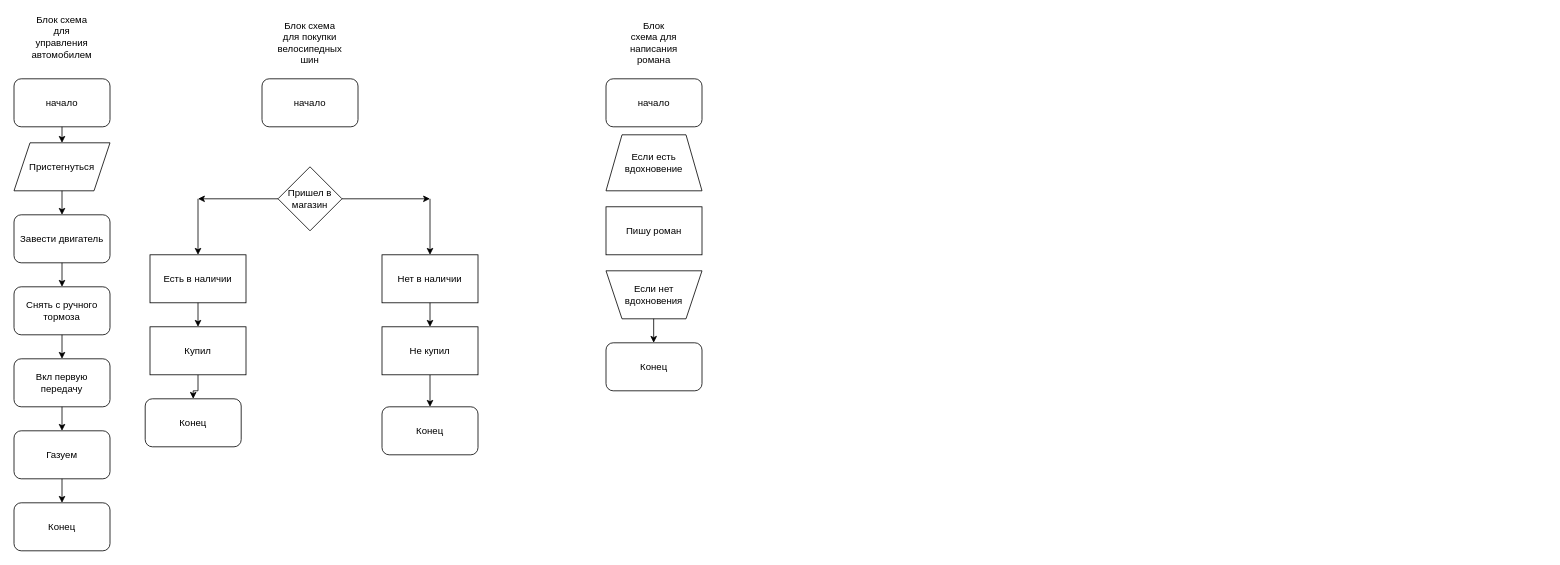
The draw.io diagram Диаграмма 1.drawio in vlavrentev96/python51, before the edit. Source tidied: cells renumbered, new cells numbered last; positions are measured from the earlier drawing's top-left corner, leaving out a move shared by most shapes. Both pictures are drawn from the tidied source at 80%, with x=0, y=0 at pixel (14, 30).
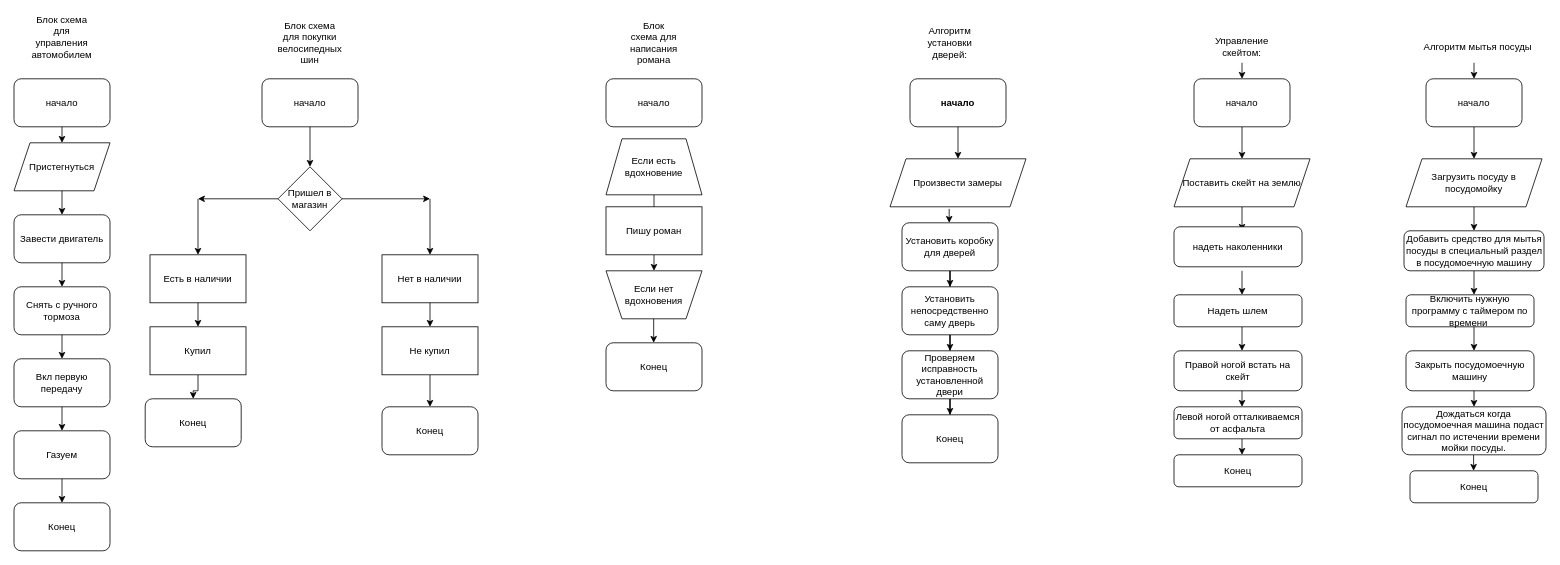
Above is the later version.

The change refers to these unchanged cells:
```xml
<mxCell id="16" value="Пришел в магазин" style="rhombus;whiteSpace=wrap;html=1;" parent="1" vertex="1">
  <mxGeometry x="330" y="170" width="80" height="80" as="geometry" />
</mxCell>
<mxCell id="18" value="начало" style="rounded=1;whiteSpace=wrap;html=1;" parent="1" vertex="1">
  <mxGeometry x="310" y="60" width="120" height="60" as="geometry" />
</mxCell>
<mxCell id="33" value="Если нет вдохновения" style="shape=trapezoid;perimeter=trapezoidPerimeter;whiteSpace=wrap;html=1;fixedSize=1;direction=west;" parent="1" vertex="1">
  <mxGeometry x="740" y="300" width="120" height="60" as="geometry" />
</mxCell>
```

The edit, as a diff of the source:
```diff
@@
+    <mxCell id="40" style="edgeStyle=orthogonalEdgeStyle;rounded=0;jettySize=auto;html=1;" parent="1" edge="1" source="31" target="33">
+      <mxGeometry relative="1" as="geometry" />
+    </mxCell>
     <mxCell id="31" value="Если есть вдохновение" style="shape=trapezoid;perimeter=trapezoidPerimeter;whiteSpace=wrap;html=1;fixedSize=1;" parent="1" vertex="1">
-      <mxGeometry x="740" y="130" width="120" height="70" as="geometry" />
+      <mxGeometry x="740" y="135" width="120" height="70" as="geometry" />
     </mxCell>
@@
+    <mxCell id="41" value="Алгоритм установки дверей:" style="text;html=1;align=center;verticalAlign=middle;whiteSpace=wrap;rounded=0;" parent="1" vertex="1">
+      <mxGeometry x="1140" width="60" height="30" as="geometry" />
+    </mxCell>
+    <mxCell id="42" value="начало" style="rounded=1;whiteSpace=wrap;html=1;fontStyle=1;" parent="1" vertex="1">
+      <mxGeometry x="1120" y="60" width="120" height="60" as="geometry" />
+    </mxCell>
+    <mxCell id="43" style="endArrow=classic;html=1;rounded=0;exitX=0.5;exitY=1;exitDx=0;exitDy=0;entryX=0.5;entryY=0;entryDx=0;entryDy=0;" parent="1" edge="1" source="18" target="16">
+      <mxGeometry relative="1" as="geometry" />
+    </mxCell>
+    <mxCell id="44" style="endArrow=classic;html=1;rounded=0;exitX=0.5;exitY=1;exitDx=0;exitDy=0;" parent="1" edge="1" source="42">
+      <mxGeometry relative="1" as="geometry">
+        <mxPoint x="1180" y="160" as="targetPoint" />
+      </mxGeometry>
+    </mxCell>
+    <mxCell id="45" value="Произвести замеры" style="shape=parallelogram;perimeter=parallelogramPerimeter;whiteSpace=wrap;html=1;fixedSize=1;" parent="1" vertex="1">
+      <mxGeometry x="1095" y="160" width="170" height="60" as="geometry" />
+    </mxCell>
+    <mxCell id="46" style="endArrow=classic;html=1;rounded=0;exitX=0.435;exitY=1.044;exitDx=0;exitDy=0;exitPerimeter=0;" parent="1" edge="1" source="45">
+      <mxGeometry relative="1" as="geometry">
+        <mxPoint x="1169" y="240" as="targetPoint" />
+      </mxGeometry>
+    </mxCell>
+    <mxCell id="47" style="edgeStyle=orthogonalEdgeStyle;rounded=0;jettySize=auto;html=1;" parent="1" edge="1" source="48" target="50">
+      <mxGeometry relative="1" as="geometry" />
+    </mxCell>
+    <mxCell id="48" value="Установить коробку для дверей" style="rounded=1;whiteSpace=wrap;html=1;" parent="1" vertex="1">
+      <mxGeometry x="1110" y="240" width="120" height="60" as="geometry" />
+    </mxCell>
+    <mxCell id="49" style="edgeStyle=orthogonalEdgeStyle;rounded=0;jettySize=auto;html=1;" parent="1" edge="1" source="50" target="52">
+      <mxGeometry relative="1" as="geometry" />
+    </mxCell>
+    <mxCell id="50" value="Установить непосредственно саму дверь" style="whiteSpace=wrap;html=1;rounded=1;" parent="1" vertex="1">
+      <mxGeometry x="1110" y="320" width="120" height="60" as="geometry" />
+    </mxCell>
+    <mxCell id="51" style="edgeStyle=orthogonalEdgeStyle;rounded=0;jettySize=auto;html=1;" parent="1" edge="1" source="52" target="53">
+      <mxGeometry relative="1" as="geometry" />
+    </mxCell>
+    <mxCell id="52" value="Проверяем исправность установленной двери" style="whiteSpace=wrap;html=1;rounded=1;" parent="1" vertex="1">
+      <mxGeometry x="1110" y="400" width="120" height="60" as="geometry" />
+    </mxCell>
+    <mxCell id="53" value="Конец" style="whiteSpace=wrap;html=1;rounded=1;" parent="1" vertex="1">
+      <mxGeometry x="1110" y="480" width="120" height="60" as="geometry" />
+    </mxCell>
+    <mxCell id="54" style="edgeStyle=orthogonalEdgeStyle;rounded=0;jettySize=auto;html=1;" parent="1" edge="1" source="55">
+      <mxGeometry relative="1" as="geometry">
+        <mxPoint x="1535" y="60" as="targetPoint" />
+      </mxGeometry>
+    </mxCell>
+    <mxCell id="55" value="Управление скейтом:" style="text;html=1;align=center;verticalAlign=middle;whiteSpace=wrap;rounded=0;" parent="1" vertex="1">
+      <mxGeometry x="1490" width="90" height="40" as="geometry" />
+    </mxCell>
+    <mxCell id="56" style="endArrow=classic;html=1;rounded=0;exitX=0.5;exitY=1;exitDx=0;exitDy=0;" parent="1" edge="1">
+      <mxGeometry relative="1" as="geometry">
+        <mxPoint x="1535" y="120" as="sourcePoint" />
+        <mxPoint x="1535" y="160" as="targetPoint" />
+      </mxGeometry>
+    </mxCell>
+    <mxCell id="57" style="edgeStyle=orthogonalEdgeStyle;rounded=0;jettySize=auto;html=1;" parent="1" edge="1" source="58">
+      <mxGeometry relative="1" as="geometry">
+        <mxPoint x="1535" y="250" as="targetPoint" />
+      </mxGeometry>
+    </mxCell>
+    <mxCell id="58" value="Поставить скейт на землю" style="shape=parallelogram;perimeter=parallelogramPerimeter;whiteSpace=wrap;html=1;fixedSize=1;" parent="1" vertex="1">
+      <mxGeometry x="1450" y="160" width="170" height="60" as="geometry" />
+    </mxCell>
+    <mxCell id="59" style="edgeStyle=orthogonalEdgeStyle;rounded=0;orthogonalLoop=1;jettySize=auto;html=1;" parent="1" edge="1">
+      <mxGeometry relative="1" as="geometry">
+        <mxPoint x="1535" y="300" as="sourcePoint" />
+        <mxPoint x="1535" y="330" as="targetPoint" />
+      </mxGeometry>
+    </mxCell>
+    <mxCell id="60" style="edgeStyle=orthogonalEdgeStyle;rounded=0;orthogonalLoop=1;jettySize=auto;html=1;" parent="1" edge="1">
+      <mxGeometry relative="1" as="geometry">
+        <mxPoint x="1535" y="370" as="sourcePoint" />
+        <mxPoint x="1535" y="400" as="targetPoint" />
+      </mxGeometry>
+    </mxCell>
+    <mxCell id="61" style="edgeStyle=orthogonalEdgeStyle;rounded=0;orthogonalLoop=1;jettySize=auto;html=1;" parent="1" edge="1">
+      <mxGeometry relative="1" as="geometry">
+        <mxPoint x="1535" y="440" as="sourcePoint" />
+        <mxPoint x="1535" y="470" as="targetPoint" />
+      </mxGeometry>
+    </mxCell>
+    <mxCell id="62" style="edgeStyle=orthogonalEdgeStyle;rounded=0;orthogonalLoop=1;jettySize=auto;html=1;" parent="1" edge="1">
+      <mxGeometry relative="1" as="geometry">
+        <mxPoint x="1535" y="510" as="sourcePoint" />
+        <mxPoint x="1535" y="530" as="targetPoint" />
+      </mxGeometry>
+    </mxCell>
+    <mxCell id="63" value="начало" style="rounded=1;whiteSpace=wrap;html=1;" parent="1" vertex="1">
+      <mxGeometry x="1475" y="60" width="120" height="60" as="geometry" />
+    </mxCell>
+    <mxCell id="64" value="надеть наколенники" style="rounded=1;whiteSpace=wrap;html=1;" parent="1" vertex="1">
+      <mxGeometry x="1450" y="245" width="160" height="50" as="geometry" />
+    </mxCell>
+    <mxCell id="65" value="Надеть шлем" style="rounded=1;whiteSpace=wrap;html=1;" parent="1" vertex="1">
+      <mxGeometry x="1450" y="330" width="160" height="40" as="geometry" />
+    </mxCell>
+    <mxCell id="66" value="Правой ногой встать на скейт" style="rounded=1;whiteSpace=wrap;html=1;" parent="1" vertex="1">
+      <mxGeometry x="1450" y="400" width="160" height="50" as="geometry" />
+    </mxCell>
+    <mxCell id="67" value="Левой ногой отталкиваемся от асфальта" style="rounded=1;whiteSpace=wrap;html=1;" parent="1" vertex="1">
+      <mxGeometry x="1450" y="470" width="160" height="40" as="geometry" />
+    </mxCell>
+    <mxCell id="68" value="Конец" style="rounded=1;whiteSpace=wrap;html=1;" parent="1" vertex="1">
+      <mxGeometry x="1450" y="530" width="160" height="40" as="geometry" />
+    </mxCell>
+    <mxCell id="69" style="edgeStyle=orthogonalEdgeStyle;rounded=0;orthogonalLoop=1;jettySize=auto;html=1;" parent="1" edge="1">
+      <mxGeometry relative="1" as="geometry">
+        <mxPoint x="1825" y="40" as="sourcePoint" />
+        <mxPoint x="1825" y="60" as="targetPoint" />
+      </mxGeometry>
+    </mxCell>
+    <mxCell id="70" style="endArrow=classic;html=1;rounded=0;exitX=0.5;exitY=1;exitDx=0;exitDy=0;" parent="1" edge="1">
+      <mxGeometry relative="1" as="geometry">
+        <mxPoint x="1825" y="120" as="sourcePoint" />
+        <mxPoint x="1825" y="160" as="targetPoint" />
+      </mxGeometry>
+    </mxCell>
+    <mxCell id="71" style="edgeStyle=orthogonalEdgeStyle;rounded=0;jettySize=auto;html=1;" parent="1" edge="1" source="72">
+      <mxGeometry relative="1" as="geometry">
+        <mxPoint x="1825" y="250" as="targetPoint" />
+      </mxGeometry>
+    </mxCell>
+    <mxCell id="72" value="Загрузить посуду в посудомойку" style="shape=parallelogram;perimeter=parallelogramPerimeter;whiteSpace=wrap;html=1;fixedSize=1;" parent="1" vertex="1">
+      <mxGeometry x="1740" y="160" width="170" height="60" as="geometry" />
+    </mxCell>
+    <mxCell id="73" style="edgeStyle=orthogonalEdgeStyle;rounded=0;orthogonalLoop=1;jettySize=auto;html=1;" parent="1" edge="1">
+      <mxGeometry relative="1" as="geometry">
+        <mxPoint x="1825" y="300" as="sourcePoint" />
+        <mxPoint x="1825" y="330" as="targetPoint" />
+      </mxGeometry>
+    </mxCell>
+    <mxCell id="74" style="edgeStyle=orthogonalEdgeStyle;rounded=0;orthogonalLoop=1;jettySize=auto;html=1;" parent="1" edge="1">
+      <mxGeometry relative="1" as="geometry">
+        <mxPoint x="1825" y="370" as="sourcePoint" />
+        <mxPoint x="1825" y="400" as="targetPoint" />
+      </mxGeometry>
+    </mxCell>
+    <mxCell id="75" style="edgeStyle=orthogonalEdgeStyle;rounded=0;orthogonalLoop=1;jettySize=auto;html=1;" parent="1" edge="1">
+      <mxGeometry relative="1" as="geometry">
+        <mxPoint x="1825" y="440" as="sourcePoint" />
+        <mxPoint x="1825" y="470" as="targetPoint" />
+      </mxGeometry>
+    </mxCell>
+    <mxCell id="76" style="edgeStyle=orthogonalEdgeStyle;rounded=0;orthogonalLoop=1;jettySize=auto;html=1;" parent="1" edge="1">
+      <mxGeometry relative="1" as="geometry">
+        <mxPoint x="1824.5" y="530" as="sourcePoint" />
+        <mxPoint x="1824.5" y="550" as="targetPoint" />
+      </mxGeometry>
+    </mxCell>
+    <mxCell id="77" value="начало" style="rounded=1;whiteSpace=wrap;html=1;" parent="1" vertex="1">
+      <mxGeometry x="1765" y="60" width="120" height="60" as="geometry" />
+    </mxCell>
+    <mxCell id="78" value="Добавить средство для мытья посуды в специальный раздел в посудомоечную машину" style="rounded=1;whiteSpace=wrap;html=1;" parent="1" vertex="1">
+      <mxGeometry x="1737.5" y="250" width="175" height="50" as="geometry" />
+    </mxCell>
+    <mxCell id="79" value="Включить нужную программу с таймером по времени&amp;nbsp;" style="rounded=1;whiteSpace=wrap;html=1;" parent="1" vertex="1">
+      <mxGeometry x="1740" y="330" width="160" height="40" as="geometry" />
+    </mxCell>
+    <mxCell id="80" value="Закрыть посудомоечную машину" style="rounded=1;whiteSpace=wrap;html=1;" parent="1" vertex="1">
+      <mxGeometry x="1740" y="400" width="160" height="50" as="geometry" />
+    </mxCell>
+    <mxCell id="81" value="Дождаться когда посудомоечная машина подаст сигнал по истечении времени мойки посуды." style="rounded=1;whiteSpace=wrap;html=1;" parent="1" vertex="1">
+      <mxGeometry x="1735" y="470" width="180" height="60" as="geometry" />
+    </mxCell>
+    <mxCell id="82" value="Конец" style="rounded=1;whiteSpace=wrap;html=1;" parent="1" vertex="1">
+      <mxGeometry x="1745" y="550" width="160" height="40" as="geometry" />
+    </mxCell>
+    <mxCell id="83" value="Алгоритм мытья посуды" style="text;html=1;align=center;verticalAlign=middle;whiteSpace=wrap;rounded=0;" parent="1" vertex="1">
+      <mxGeometry x="1750" y="5" width="160" height="30" as="geometry" />
+    </mxCell>
```
